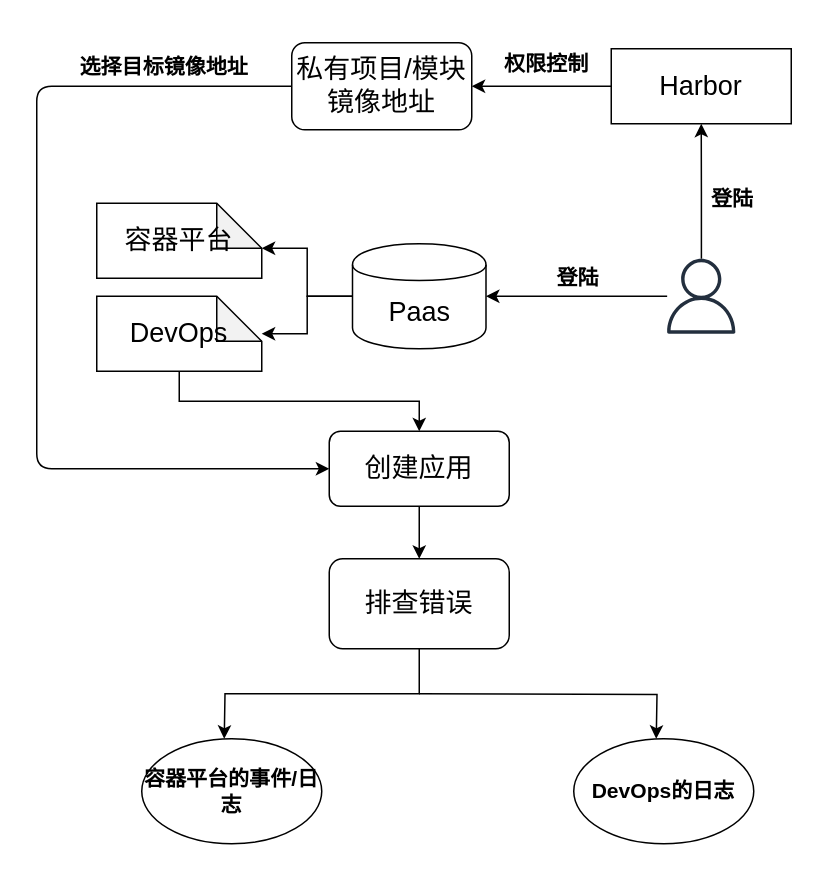
Above: Untitled Diagram.drawio in 23Evildoer/oneday (draw.io), before the change. Source tidied: cells renumbered, new cells numbered last; positions are measured from the earlier drawing's top-left corner, leaving out a move shared by most shapes. Both pictures are drawn from the tidied source at 150%, with x=0, y=0 at pixel (36, 26).
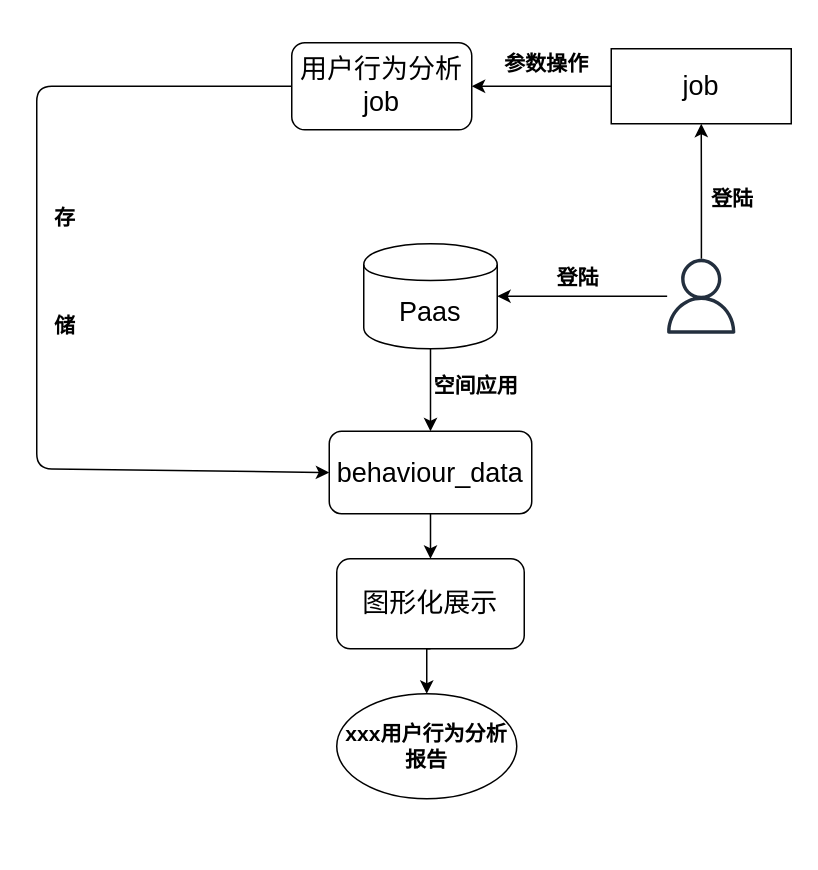
After the change.

Diff of the diagram source:
```diff
@@
-    <mxCell id="2" value="Harbor" style="rounded=0;whiteSpace=wrap;html=1;fontSize=18;align=center;" parent="1" vertex="1">
+    <mxCell id="2" value="job" style="rounded=0;whiteSpace=wrap;html=1;fontSize=18;align=center;" parent="1" vertex="1">
       <mxGeometry x="383" y="15" width="120" height="50" as="geometry" />
     </mxCell>
@@
-    <mxCell id="4" value="私有项目/模块镜像地址" style="rounded=1;whiteSpace=wrap;html=1;fontSize=18;" parent="1" vertex="1">
+    <mxCell id="4" value="用户行为分析job" style="rounded=1;whiteSpace=wrap;html=1;fontSize=18;" parent="1" vertex="1">
       <mxGeometry x="170" y="11" width="120" height="58" as="geometry" />
     </mxCell>
-    <mxCell id="5" value="&lt;h3&gt;权限控制&lt;/h3&gt;" style="text;html=1;align=left;verticalAlign=top;spacingTop=-4;" parent="1" vertex="1">
+    <mxCell id="5" value="&lt;h3&gt;参数操作&lt;/h3&gt;" style="text;html=1;align=left;verticalAlign=top;spacingTop=-4;" parent="1" vertex="1">
       <mxGeometry x="310" width="70" height="40" as="geometry" />
     </mxCell>
@@
-    <mxCell id="7" value="创建应用" style="rounded=1;whiteSpace=wrap;html=1;fontSize=18;" parent="1" vertex="1">
-      <mxGeometry x="195" y="270" width="120" height="50" as="geometry" />
+    <mxCell id="7" value="behaviour_data" style="rounded=1;whiteSpace=wrap;html=1;fontSize=18;" parent="1" vertex="1">
+      <mxGeometry x="195" y="270" width="135" height="55" as="geometry" />
     </mxCell>
-    <mxCell id="8" style="edgeStyle=orthogonalEdgeStyle;rounded=0;jettySize=auto;html=1;fontSize=18;exitX=0.5;exitY=1;exitDx=0;exitDy=0;" parent="1" edge="1" source="10">
-      <mxGeometry relative="1" as="geometry">
-        <mxPoint x="125" y="475" as="targetPoint" />
-      </mxGeometry>
+    <mxCell id="8" style="edgeStyle=orthogonalEdgeStyle;rounded=0;jettySize=auto;html=1;fontSize=18;exitX=0.5;exitY=1;exitDx=0;exitDy=0;entryX=0.5;entryY=0;entryDx=0;entryDy=0;" parent="1" edge="1" source="10" target="23">
+      <mxGeometry relative="1" as="geometry" />
     </mxCell>
-    <mxCell id="9" style="edgeStyle=orthogonalEdgeStyle;rounded=0;orthogonalLoop=1;jettySize=auto;html=1;fontSize=18;entryX=0.5;entryY=0;entryDx=0;entryDy=0;" parent="1" edge="1">
-      <mxGeometry relative="1" as="geometry">
-        <mxPoint x="255" y="445" as="sourcePoint" />
-        <mxPoint x="413" y="475" as="targetPoint" />
-      </mxGeometry>
-    </mxCell>
-    <mxCell id="10" value="排查错误" style="rounded=1;whiteSpace=wrap;html=1;fontSize=18;" parent="1" vertex="1">
-      <mxGeometry x="195" y="355" width="120" height="60" as="geometry" />
+    <mxCell id="10" value="图形化展示" style="rounded=1;whiteSpace=wrap;html=1;fontSize=18;" parent="1" vertex="1">
+      <mxGeometry x="200" y="355" width="125" height="60" as="geometry" />
     </mxCell>
-    <mxCell id="11" style="edgeStyle=orthogonalEdgeStyle;rounded=0;jettySize=auto;html=1;fontSize=18;exitX=0.5;exitY=1;exitDx=0;exitDy=0;exitPerimeter=0;" parent="1" edge="1" source="20" target="7">
+    <mxCell id="11" style="edgeStyle=orthogonalEdgeStyle;rounded=0;jettySize=auto;html=1;fontSize=18;exitX=0.5;exitY=1;exitDx=0;exitDy=0;" parent="1" edge="1" source="14" target="7">
       <mxGeometry relative="1" as="geometry" />
     </mxCell>
-    <mxCell id="12" style="edgeStyle=orthogonalEdgeStyle;rounded=0;jettySize=auto;html=1;entryX=0;entryY=0;entryDx=110;entryDy=30;entryPerimeter=0;fontSize=18;" parent="1" edge="1" source="14" target="19">
-      <mxGeometry relative="1" as="geometry" />
-    </mxCell>
-    <mxCell id="13" style="edgeStyle=orthogonalEdgeStyle;rounded=0;jettySize=auto;html=1;fontSize=18;" parent="1" edge="1" source="14" target="20">
-      <mxGeometry relative="1" as="geometry" />
-    </mxCell>
     <mxCell id="14" value="Paas" style="shape=cylinder;whiteSpace=wrap;html=1;boundedLbl=1;backgroundOutline=1;fontSize=18;align=center;" parent="1" vertex="1">
-      <mxGeometry x="210.5" y="145" width="89" height="70" as="geometry" />
+      <mxGeometry x="218" y="145" width="89" height="70" as="geometry" />
     </mxCell>
@@
-    <mxCell id="19" value="容器平台" style="shape=note;whiteSpace=wrap;html=1;backgroundOutline=1;darkOpacity=0.05;fontSize=18;align=center;" parent="1" vertex="1">
-      <mxGeometry x="40" y="118" width="110" height="50" as="geometry" />
-    </mxCell>
-    <mxCell id="20" value="DevOps" style="shape=note;whiteSpace=wrap;html=1;backgroundOutline=1;darkOpacity=0.05;fontSize=18;align=center;" parent="1" vertex="1">
-      <mxGeometry x="40" y="180" width="110" height="50" as="geometry" />
-    </mxCell>
@@
-    <mxCell id="22" value="&lt;h3&gt;选择目标镜像地址&lt;/h3&gt;" style="text;html=1;align=left;verticalAlign=top;spacingTop=-4;" parent="1" vertex="1">
-      <mxGeometry x="27" y="2" width="130" height="40" as="geometry" />
-    </mxCell>
-    <mxCell id="23" value="&lt;h3&gt;&lt;b&gt;容器平台的事件/日志&lt;/b&gt;&lt;/h3&gt;" style="ellipse;whiteSpace=wrap;html=1;" parent="1" vertex="1">
-      <mxGeometry x="70" y="475" width="120" height="70" as="geometry" />
+    <mxCell id="23" value="&lt;h3&gt;xxx用户行为分析报告&lt;/h3&gt;" style="ellipse;whiteSpace=wrap;html=1;" parent="1" vertex="1">
+      <mxGeometry x="200" y="445" width="120" height="70" as="geometry" />
     </mxCell>
-    <mxCell id="24" value="&lt;h3&gt;&lt;b&gt;DevOps的日志&lt;/b&gt;&lt;/h3&gt;" style="ellipse;whiteSpace=wrap;html=1;" parent="1" vertex="1">
-      <mxGeometry x="358" y="475" width="120" height="70" as="geometry" />
-    </mxCell>
@@
+    <mxCell id="26" value="&lt;h3&gt;空间应用&lt;/h3&gt;" style="text;html=1;align=left;verticalAlign=top;spacingTop=-4;" parent="1" vertex="1">
+      <mxGeometry x="263" y="215" width="70" height="40" as="geometry" />
+    </mxCell>
+    <mxCell id="27" value="&lt;h3&gt;存&lt;/h3&gt;" style="text;html=1;align=left;verticalAlign=top;spacingTop=-4;" parent="1" vertex="1">
+      <mxGeometry x="10" y="103" width="30" height="40" as="geometry" />
+    </mxCell>
+    <mxCell id="28" value="&lt;h3&gt;储&lt;/h3&gt;" style="text;html=1;align=left;verticalAlign=top;spacingTop=-4;" parent="1" vertex="1">
+      <mxGeometry x="10" y="175" width="30" height="40" as="geometry" />
+    </mxCell>
```
